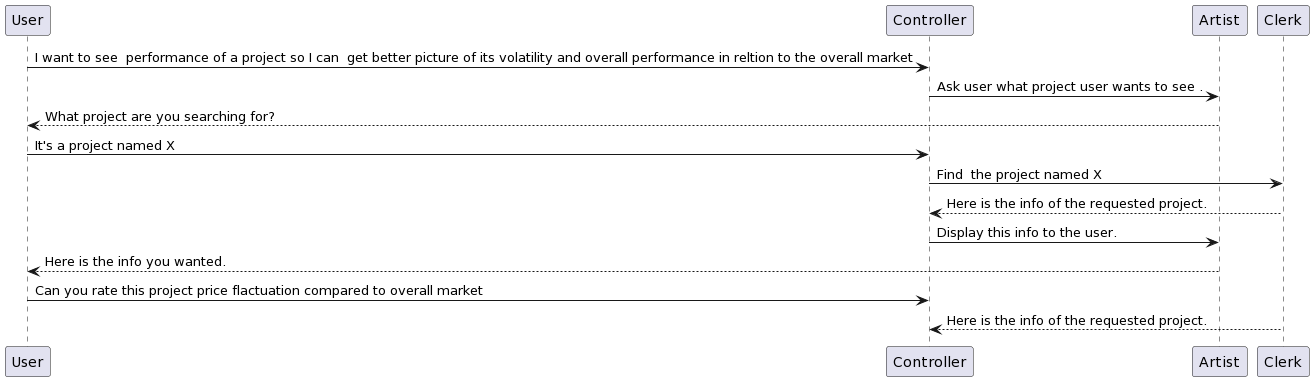
This is 03_Elaboration/images/Price.png from garthmortensen/BetterCryptoBureau, a PlantUML export, as it was before one commit.
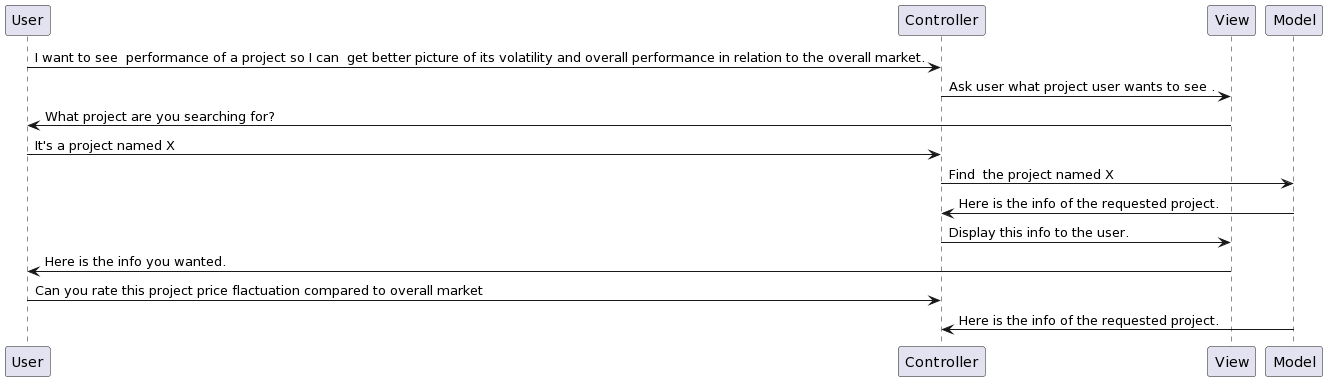
Above is the later version.

The edit, as a diff of the source:
```diff
@@ -1,12 +1,12 @@
 @startuml
-User -> Controller:  I want to see  performance of a project so I can  get better picture of its volatility and overall performance in reltion to the overall market
-Controller -> Artist: Ask user what project user wants to see .
-Artist --> User: What project are you searching for?
+User -> Controller:  I want to see  performance of a project so I can  get better picture of its volatility and overall performance in relation to the overall market.
+Controller -> View: Ask user what project user wants to see .
+View -> User: What project are you searching for?
 User -> Controller: It's a project named X
-Controller -> Clerk: Find  the project named X
-Clerk --> Controller: Here is the info of the requested project.
-Controller -> Artist: Display this info to the user.
-Artist --> User: Here is the info you wanted.
+Controller -> Model: Find  the project named X
+Model -> Controller: Here is the info of the requested project.
+Controller -> View: Display this info to the user.
+View -> User: Here is the info you wanted.
 User -> Controller :Can you rate this project price flactuation compared to overall market
-Clerk --> Controller: Here is the info of the requested project.
+Model -> Controller: Here is the info of the requested project.
 @enduml
```
